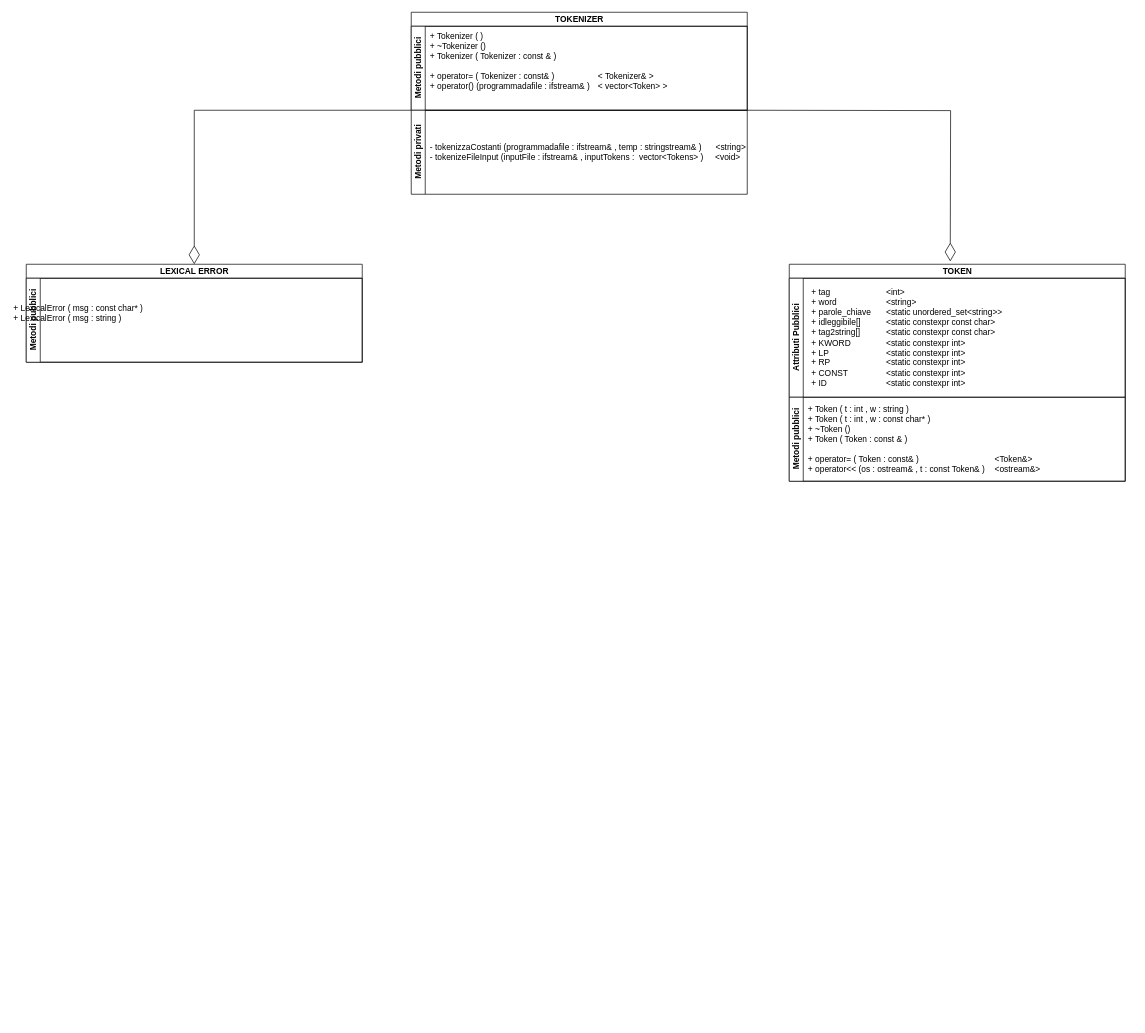
Before: SecondoAnno/SecondoSemestre/AlgoritmiComputazione/Interprete/Untitled Diagram.drawio in mora4l/Uni, a draw.io diagram. Source tidied: cells renumbered, new cells numbered last; positions are measured from the earlier drawing's top-left corner, leaving out a move shared by most shapes. Both pictures are drawn from the tidied source at 70%, with x=0, y=0 at pixel (12, 12).
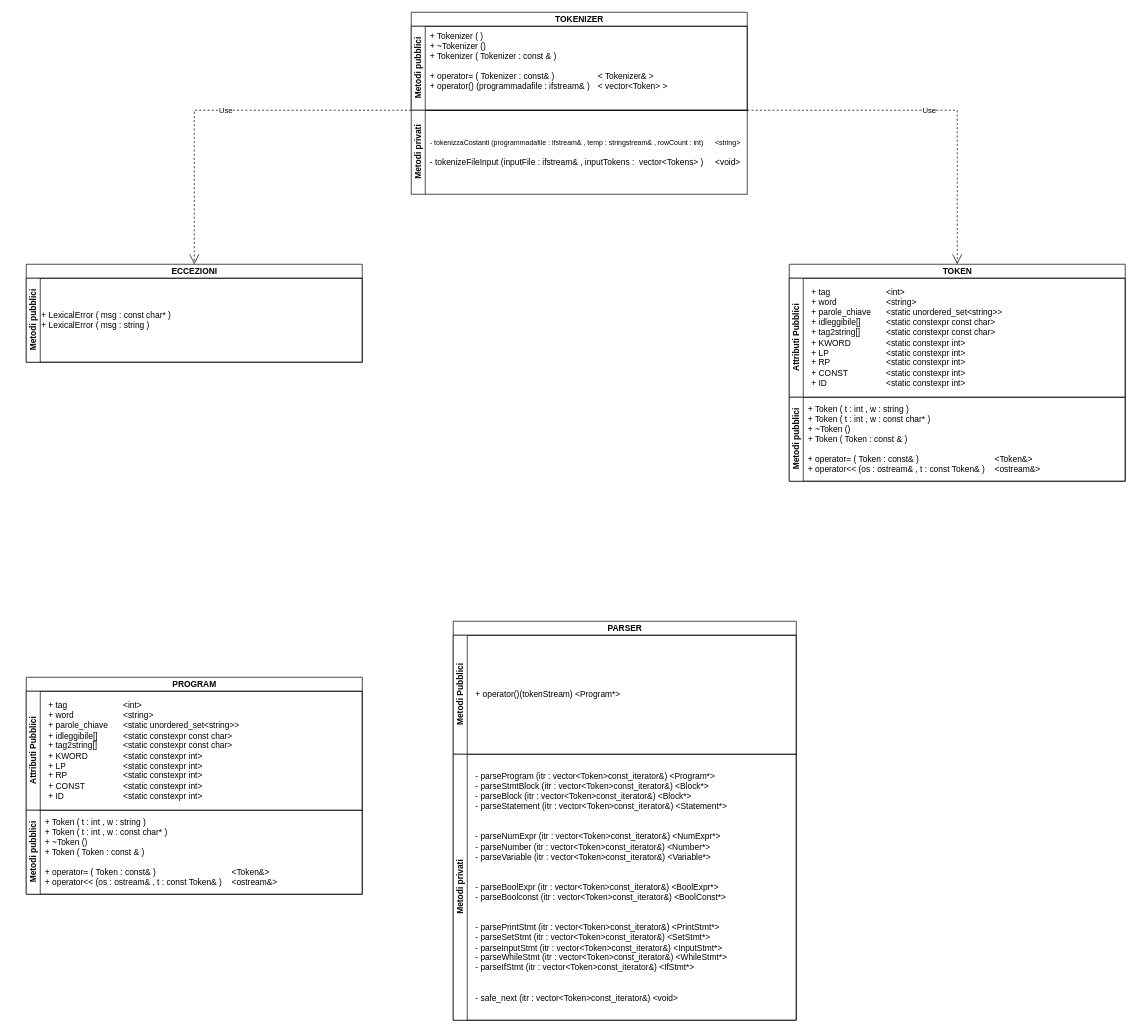
The same diagram, later.

Unchanged cells that the change refers to:
```xml
<mxCell id="2" value="TOKEN" style="swimlane;horizontal=1;startSize=20;html=1;" parent="1" vertex="1">
  <mxGeometry x="1110" y="360" width="480" height="310" as="geometry" />
</mxCell>
<mxCell id="10" value="Metodi privati" style="swimlane;startSize=20;horizontal=0;html=1;" parent="1" vertex="1">
  <mxGeometry x="570" y="140" width="480" height="120" as="geometry" />
</mxCell>
<mxCell id="13" value="Metodi pubblici" style="swimlane;startSize=20;horizontal=0;html=1;" parent="12" vertex="1">
  <mxGeometry y="20" width="480" height="120" as="geometry" />
</mxCell>
```

The edit, as a diff of the source:
```diff
@@
-    <mxCell id="11" value="- tokenizzaCostanti (programmadafile : ifstream&amp;amp; , temp : stringstream&amp;amp; )&amp;nbsp; &amp;nbsp; &amp;nbsp; &amp;lt;string&amp;gt;&lt;br&gt;- tokenizeFileInput (inputFile : ifstream&amp;amp; , inputTokens :&amp;nbsp; vector&amp;lt;Tokens&amp;gt; )&amp;nbsp; &amp;nbsp; &amp;nbsp;&amp;lt;void&amp;gt;" style="text;html=1;whiteSpace=wrap;strokeColor=none;fillColor=none;align=left;verticalAlign=middle;rounded=0;" parent="10" vertex="1">
+    <mxCell id="11" value="&lt;font style=&quot;font-size: 10px;&quot;&gt;- tokenizzaCostanti (programmadafile : ifstream&amp;amp; , temp : stringstream&amp;amp; , rowCount : int)&amp;nbsp; &amp;nbsp; &amp;nbsp; &amp;lt;string&amp;gt;&lt;br&gt;&lt;/font&gt;&lt;br&gt;- tokenizeFileInput (inputFile : ifstream&amp;amp; , inputTokens :&amp;nbsp; vector&amp;lt;Tokens&amp;gt; )&amp;nbsp; &amp;nbsp; &amp;nbsp;&amp;lt;void&amp;gt;" style="text;html=1;whiteSpace=wrap;strokeColor=none;fillColor=none;align=left;verticalAlign=middle;rounded=0;" parent="10" vertex="1">
       <mxGeometry x="25" width="460" height="120" as="geometry" />
     </mxCell>
-    <mxCell id="12" value="LEXICAL ERROR" style="swimlane;horizontal=1;startSize=20;html=1;" parent="1" vertex="1">
+    <mxCell id="12" value="ECCEZIONI" style="swimlane;horizontal=1;startSize=20;html=1;" parent="1" vertex="1">
       <mxGeometry x="20" y="360" width="480" height="140" as="geometry" />
     </mxCell>
@@
     <mxCell id="14" value="+ LexicalError ( msg : const char* )&amp;nbsp;&lt;br&gt;+ LexicalError ( msg : string )&amp;nbsp;" style="text;html=1;whiteSpace=wrap;strokeColor=none;fillColor=none;align=left;verticalAlign=middle;rounded=0;" parent="13" vertex="1">
-      <mxGeometry x="-20" y="-10" width="460" height="120" as="geometry" />
+      <mxGeometry x="20" width="460" height="120" as="geometry" />
     </mxCell>
-    <mxCell id="15" style="endArrow=diamondThin;endFill=0;endSize=24;html=1;rounded=0;edgeStyle=orthogonalEdgeStyle;exitX=1;exitY=0;exitDx=0;exitDy=0;" parent="1" edge="1">
-      <mxGeometry relative="1" as="geometry">
-        <mxPoint x="1050" y="140" as="sourcePoint" />
-        <mxPoint x="1340" y="356" as="targetPoint" />
-      </mxGeometry>
-    </mxCell>
-    <mxCell id="16" style="endArrow=diamondThin;endFill=0;endSize=24;html=1;rounded=0;entryX=0.5;entryY=0;entryDx=0;entryDy=0;edgeStyle=orthogonalEdgeStyle;" parent="1" edge="1" target="12">
-      <mxGeometry relative="1" as="geometry">
-        <mxPoint x="570" y="140" as="sourcePoint" />
-        <Array as="points">
-          <mxPoint x="260" y="140" />
-        </Array>
-      </mxGeometry>
-    </mxCell>
+    <mxCell id="17" value="Use" style="endArrow=open;endSize=12;dashed=1;html=1;rounded=0;entryX=0.5;entryY=0;entryDx=0;entryDy=0;exitX=0;exitY=0;exitDx=0;exitDy=0;" parent="1" edge="1" source="10" target="12">
+      <mxGeometry relative="1" as="geometry">
+        <Array as="points">
+          <mxPoint x="260" y="140" />
+        </Array>
+      </mxGeometry>
+    </mxCell>
+    <mxCell id="18" value="Use" style="endArrow=open;endSize=12;dashed=1;html=1;rounded=0;entryX=0.5;entryY=0;entryDx=0;entryDy=0;exitX=1;exitY=0;exitDx=0;exitDy=0;" parent="1" edge="1" source="10" target="2">
+      <mxGeometry relative="1" as="geometry">
+        <Array as="points">
+          <mxPoint x="1350" y="140" />
+        </Array>
+      </mxGeometry>
+    </mxCell>
+    <mxCell id="19" value="PARSER" style="swimlane;horizontal=1;startSize=20;html=1;" parent="1" vertex="1">
+      <mxGeometry x="630" y="870" width="490" height="570" as="geometry" />
+    </mxCell>
+    <mxCell id="20" value="Metodi Pubblici" style="swimlane;startSize=20;horizontal=0;html=1;" parent="19" vertex="1">
+      <mxGeometry y="20" width="490" height="170" as="geometry" />
+    </mxCell>
+    <mxCell id="21" value="+ operator()(tokenStream) &amp;lt;Program*&amp;gt;" style="text;html=1;whiteSpace=wrap;strokeColor=none;fillColor=none;align=left;verticalAlign=middle;rounded=0;" parent="20" vertex="1">
+      <mxGeometry x="30" y="15" width="460" height="140" as="geometry" />
+    </mxCell>
+    <mxCell id="22" value="Metodi privati" style="swimlane;startSize=20;horizontal=0;html=1;" parent="19" vertex="1">
+      <mxGeometry y="190" width="490" height="380" as="geometry" />
+    </mxCell>
+    <mxCell id="23" value="- parseProgram (itr : vector&amp;lt;Token&amp;gt;const_iterator&amp;amp;) &amp;lt;Program*&amp;gt;&lt;br&gt;- parseStmtBlock (itr : vector&amp;lt;Token&amp;gt;const_iterator&amp;amp;) &amp;lt;Block*&amp;gt;&lt;br&gt;- parseBlock (itr : vector&amp;lt;Token&amp;gt;const_iterator&amp;amp;) &amp;lt;Block*&amp;gt;&lt;br&gt;- parseStatement (itr : vector&amp;lt;Token&amp;gt;const_iterator&amp;amp;) &amp;lt;Statement*&amp;gt;&lt;br&gt;&lt;br&gt;&lt;br&gt;- parseNumExpr (itr : vector&amp;lt;Token&amp;gt;const_iterator&amp;amp;) &amp;lt;NumExpr*&amp;gt;&lt;br&gt;- parseNumber (itr : vector&amp;lt;Token&amp;gt;const_iterator&amp;amp;) &amp;lt;Number*&amp;gt;&lt;br&gt;- parseVariable (itr : vector&amp;lt;Token&amp;gt;const_iterator&amp;amp;) &amp;lt;Variable*&amp;gt;&lt;br&gt;&lt;br&gt;&lt;br&gt;- parseBoolExpr (itr : vector&amp;lt;Token&amp;gt;const_iterator&amp;amp;) &amp;lt;BoolExpr*&amp;gt;&lt;br&gt;- parseBoolconst (itr : vector&amp;lt;Token&amp;gt;const_iterator&amp;amp;) &amp;lt;BoolConst*&amp;gt;&lt;br&gt;&lt;br&gt;&lt;br&gt;- parsePrintStmt (itr : vector&amp;lt;Token&amp;gt;const_iterator&amp;amp;) &amp;lt;PrintStmt*&amp;gt;&lt;br&gt;- parseSetStmt (itr : vector&amp;lt;Token&amp;gt;const_iterator&amp;amp;) &amp;lt;SetStmt*&amp;gt;&lt;br&gt;- parseInputStmt (itr : vector&amp;lt;Token&amp;gt;const_iterator&amp;amp;) &amp;lt;InputStmt*&amp;gt;&lt;br&gt;- parseWhileStmt (itr : vector&amp;lt;Token&amp;gt;const_iterator&amp;amp;) &amp;lt;WhileStmt*&amp;gt;&lt;br&gt;- parseIfStmt (itr : vector&amp;lt;Token&amp;gt;const_iterator&amp;amp;) &amp;lt;IfStmt*&amp;gt;&lt;br&gt;&lt;br&gt;&lt;br&gt;- safe_next (itr : vector&amp;lt;Token&amp;gt;const_iterator&amp;amp;) &amp;lt;void&amp;gt;" style="text;html=1;whiteSpace=wrap;strokeColor=none;fillColor=none;align=left;verticalAlign=middle;rounded=0;" parent="22" vertex="1">
+      <mxGeometry x="30" y="12.5" width="460" height="355" as="geometry" />
+    </mxCell>
+    <mxCell id="24" value="PROGRAM" style="swimlane;horizontal=1;startSize=20;html=1;" parent="1" vertex="1">
+      <mxGeometry x="20" y="950" width="480" height="310" as="geometry" />
+    </mxCell>
+    <mxCell id="25" value="Attributi Pubblici" style="swimlane;startSize=20;horizontal=0;html=1;" parent="24" vertex="1">
+      <mxGeometry y="20" width="480" height="170" as="geometry" />
+    </mxCell>
+    <mxCell id="26" value="&lt;div align=&quot;left&quot;&gt;+ tag &lt;span style=&quot;white-space: pre;&quot;&gt;&#9;&lt;/span&gt;&lt;span style=&quot;white-space: pre;&quot;&gt;&#9;&lt;/span&gt;&lt;span style=&quot;white-space: pre;&quot;&gt;&#9;&lt;/span&gt;&amp;lt;int&amp;gt;&lt;br&gt;+ word &lt;span style=&quot;white-space: pre;&quot;&gt;&#9;&lt;/span&gt;&lt;span style=&quot;white-space: pre;&quot;&gt;&#9;&lt;/span&gt;&lt;span style=&quot;white-space: pre;&quot;&gt;&#9;&lt;/span&gt;&amp;lt;string&amp;gt;&lt;br&gt;+ parole_chiave &lt;span style=&quot;white-space: pre;&quot;&gt;&#9;&lt;/span&gt;&amp;lt;static unordered_set&amp;lt;string&amp;gt;&amp;gt;&lt;br&gt;+ idleggibile[] &lt;span style=&quot;white-space: pre;&quot;&gt;&#9;&lt;/span&gt;&lt;span style=&quot;white-space: pre;&quot;&gt;&#9;&lt;/span&gt;&amp;lt;static constexpr const char&amp;gt;&lt;br&gt;+ tag2string[] &lt;span style=&quot;white-space: pre;&quot;&gt;&#9;&lt;/span&gt;&lt;span style=&quot;white-space: pre;&quot;&gt;&#9;&lt;/span&gt;&amp;lt;static constexpr const char&amp;gt;&lt;br&gt;+ KWORD &lt;span style=&quot;white-space: pre;&quot;&gt;&#9;&lt;/span&gt;&lt;span style=&quot;white-space: pre;&quot;&gt;&#9;&lt;/span&gt;&amp;lt;static constexpr int&amp;gt;&lt;br&gt;+ LP &lt;span style=&quot;white-space: pre;&quot;&gt;&#9;&lt;/span&gt;&lt;span style=&quot;white-space: pre;&quot;&gt;&#9;&lt;/span&gt;&lt;span style=&quot;white-space: pre;&quot;&gt;&#9;&lt;/span&gt;&amp;lt;static constexpr int&amp;gt;&lt;br&gt;+ RP &lt;span style=&quot;white-space: pre;&quot;&gt;&#9;&lt;/span&gt;&lt;span style=&quot;white-space: pre;&quot;&gt;&#9;&lt;/span&gt;&lt;span style=&quot;white-space: pre;&quot;&gt;&#9;&lt;/span&gt;&amp;lt;static constexpr int&amp;gt;&lt;br&gt;+ CONST &lt;span style=&quot;white-space: pre;&quot;&gt;&#9;&lt;/span&gt;&lt;span style=&quot;white-space: pre;&quot;&gt;&#9;&lt;/span&gt;&amp;lt;static constexpr int&amp;gt;&lt;br&gt;+ ID &lt;span style=&quot;white-space: pre;&quot;&gt;&#9;&lt;/span&gt;&lt;span style=&quot;white-space: pre;&quot;&gt;&#9;&lt;/span&gt;&lt;span style=&quot;white-space: pre;&quot;&gt;&#9;&lt;/span&gt;&amp;lt;static constexpr int&amp;gt;&lt;/div&gt;" style="text;html=1;whiteSpace=wrap;strokeColor=none;fillColor=none;align=left;verticalAlign=middle;rounded=0;" parent="25" vertex="1">
+      <mxGeometry x="30" y="15" width="460" height="140" as="geometry" />
+    </mxCell>
+    <mxCell id="27" value="Metodi pubblici" style="swimlane;startSize=20;horizontal=0;html=1;" parent="24" vertex="1">
+      <mxGeometry y="190" width="480" height="120" as="geometry" />
+    </mxCell>
+    <mxCell id="28" value="&lt;div&gt;+ Token ( t : int , w : string )&amp;nbsp;&lt;br&gt;+ Token ( t : int , w : const char* )&lt;br&gt;+ ~Token ()&lt;br&gt;+ Token ( Token : const &amp;amp; )&lt;br&gt;&lt;br&gt;+ operator= ( Token : const&amp;amp; ) &lt;span style=&quot;white-space: pre;&quot;&gt;&#9;&lt;/span&gt;&lt;span style=&quot;white-space: pre;&quot;&gt;&#9;&lt;/span&gt;&lt;span style=&quot;white-space: pre;&quot;&gt;&#9;&lt;/span&gt;&lt;span style=&quot;white-space: pre;&quot;&gt;&#9;&lt;/span&gt;&amp;lt;Token&amp;amp;&amp;gt;&lt;br&gt;+ operator&amp;lt;&amp;lt; (os : ostream&amp;amp; , t : const Token&amp;amp; ) &lt;span style=&quot;white-space: pre;&quot;&gt;&#9;&lt;/span&gt;&amp;lt;ostream&amp;amp;&amp;gt;&lt;/div&gt;" style="text;html=1;whiteSpace=wrap;strokeColor=none;fillColor=none;align=left;verticalAlign=middle;rounded=0;" parent="27" vertex="1">
+      <mxGeometry x="25" width="460" height="120" as="geometry" />
+    </mxCell>
```
